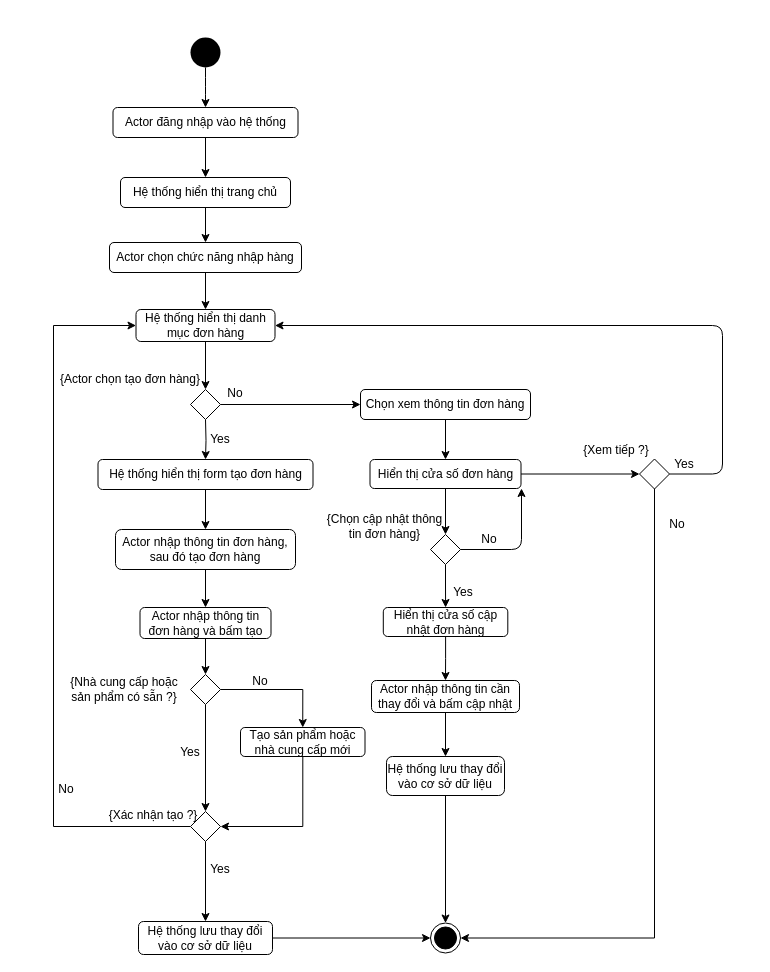
The draw.io diagram Thiết kế/Activity/Quản lí đặt hàng.drawio in CNPM-Team-1/CNPM, before the edit. Source tidied: cells renumbered, new cells numbered last; positions are measured from the earlier drawing's top-left corner, leaving out a move shared by most shapes. Both pictures are drawn from the tidied source at 100%, with x=0, y=0 at pixel (51, 37).
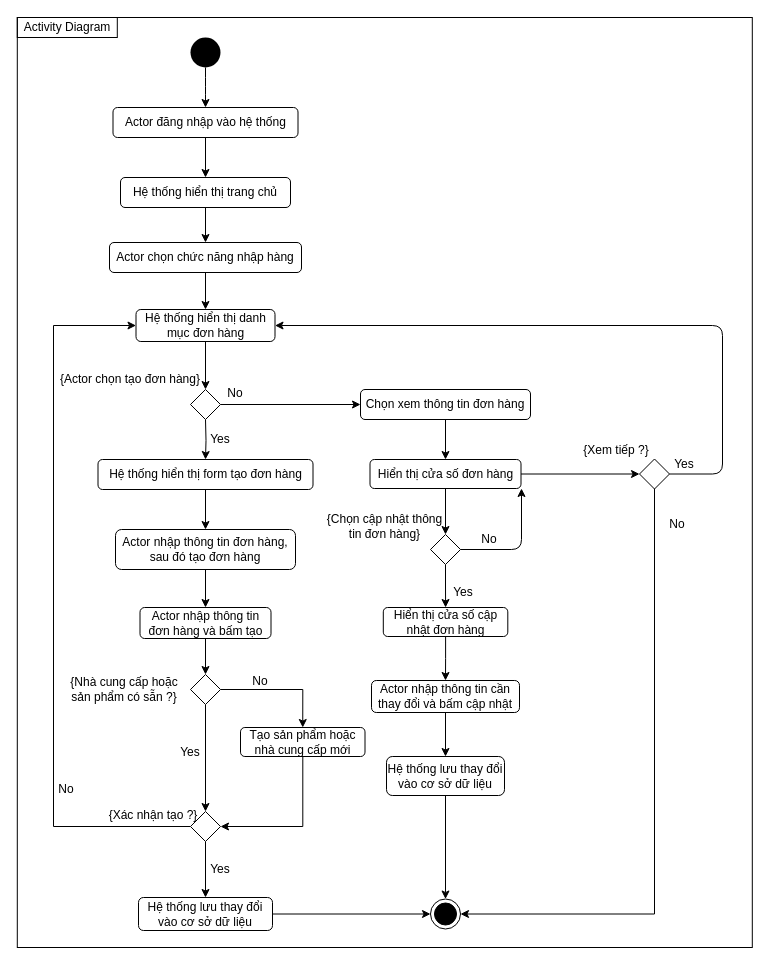
The same page after the edit.

The change refers to these unchanged cells:
```xml
<mxCell id="35" style="rhombus;fillColor=#FFFFFF;" parent="1" vertex="1">
  <mxGeometry x="588" y="421.5" width="30" height="30" as="geometry" />
</mxCell>
```

The edit, as a diff of the source:
```diff
@@
+    <mxCell id="64" style="rounded=0;whiteSpace=wrap;html=1;fillColor=none;" parent="1" vertex="1">
+      <mxGeometry x="-34.2" y="-20" width="735" height="930" as="geometry" />
+    </mxCell>
@@
     <mxCell id="18" style="ellipse;html=1;shape=endState;fillColor=#000000;strokeColor=#000000;" parent="1" vertex="1">
-      <mxGeometry x="379" y="885.5" width="30" height="30" as="geometry" />
+      <mxGeometry x="379" y="861.5" width="30" height="30" as="geometry" />
     </mxCell>
@@
     <mxCell id="34" style="edgeStyle=orthogonalEdgeStyle;rounded=0;jettySize=auto;html=1;entryX=1;entryY=0.5;entryDx=0;entryDy=0;" parent="1" edge="1" source="35" target="18">
       <mxGeometry relative="1" as="geometry">
         <Array as="points">
-          <mxPoint x="603" y="901" />
-          <mxPoint x="409" y="901" />
+          <mxPoint x="603" y="877" />
         </Array>
       </mxGeometry>
     </mxCell>
@@
     <mxCell id="47" value="Hệ thống lưu thay đổi vào cơ sở dữ liệu" style="rounded=1;whiteSpace=wrap;html=1;fillColor=#FFFFFF;" parent="1" vertex="1">
-      <mxGeometry x="87" y="884" width="134" height="33" as="geometry" />
+      <mxGeometry x="87" y="860" width="134" height="33" as="geometry" />
     </mxCell>
@@
+    <mxCell id="65" value="Activity Diagram" style="rounded=0;whiteSpace=wrap;html=1;fillColor=none;" parent="1" vertex="1">
+      <mxGeometry x="-34.2" y="-20" width="100" height="20" as="geometry" />
+    </mxCell>
```
